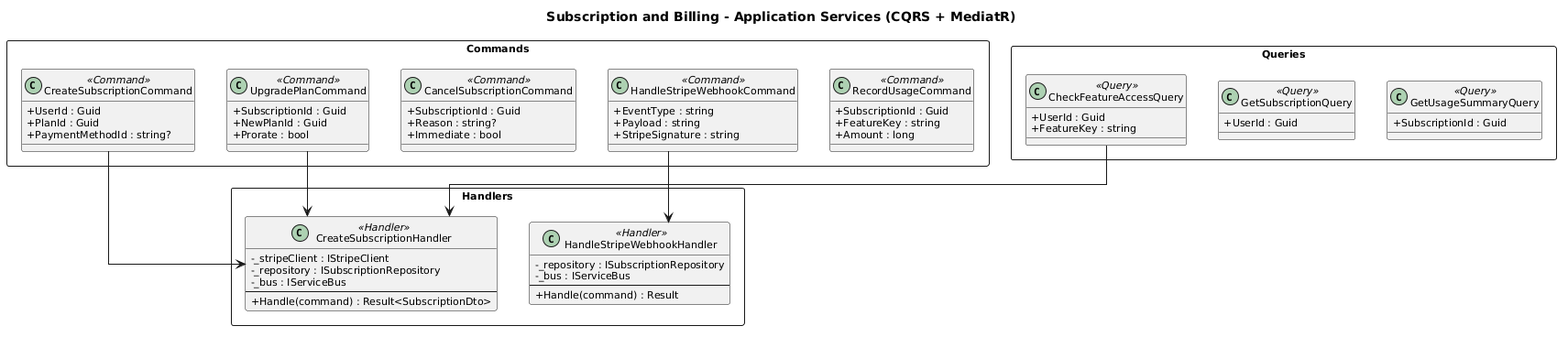
Earlier version of the PlantUML export docs/detailed-design/10-subscription-and-billing/class-application-services.png (QuinntyneBrown/ClearEyeQ). Source of this version:
```plantuml
@startuml
skinparam defaultFontSize 11
skinparam classAttributeIconSize 0
skinparam linetype ortho

title Subscription and Billing - Application Services (CQRS + MediatR)

package "Commands" <<Rectangle>> {

    class CreateSubscriptionCommand <<Command>> {
        + UserId : Guid
        + PlanId : Guid
        + PaymentMethodId : string?
    }

    class UpgradePlanCommand <<Command>> {
        + SubscriptionId : Guid
        + NewPlanId : Guid
        + Prorate : bool
    }

    class CancelSubscriptionCommand <<Command>> {
        + SubscriptionId : Guid
        + Reason : string?
        + Immediate : bool
    }

    class HandleStripeWebhookCommand <<Command>> {
        + EventType : string
        + Payload : string
        + StripeSignature : string
    }

    class RecordUsageCommand <<Command>> {
        + SubscriptionId : Guid
        + FeatureKey : string
        + Amount : long
    }
}

package "Queries" <<Rectangle>> {

    class CheckFeatureAccessQuery <<Query>> {
        + UserId : Guid
        + FeatureKey : string
    }

    class GetSubscriptionQuery <<Query>> {
        + UserId : Guid
    }

    class GetUsageSummaryQuery <<Query>> {
        + SubscriptionId : Guid
    }
}

package "Handlers" <<Rectangle>> {

    class CreateSubscriptionHandler <<Handler>> {
        - _stripeClient : IStripeClient
        - _repository : ISubscriptionRepository
        - _bus : IServiceBus
        --
        + Handle(command) : Result<SubscriptionDto>
    }

    class HandleStripeWebhookHandler <<Handler>> {
        - _repository : ISubscriptionRepository
        - _bus : IServiceBus
        --
        + Handle(command) : Result
    }
}

CreateSubscriptionCommand --> CreateSubscriptionHandler
UpgradePlanCommand --> CreateSubscriptionHandler
HandleStripeWebhookCommand --> HandleStripeWebhookHandler
CheckFeatureAccessQuery --> CreateSubscriptionHandler
@enduml
```
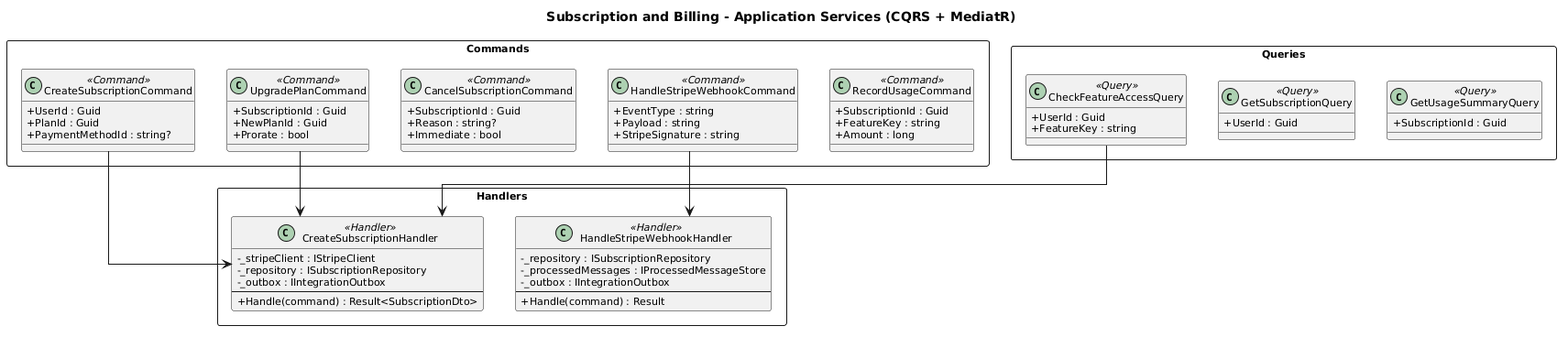
After the change.

Change to the diagram source:
```diff
@@ -59,14 +59,15 @@
     class CreateSubscriptionHandler <<Handler>> {
         - _stripeClient : IStripeClient
         - _repository : ISubscriptionRepository
-        - _bus : IServiceBus
+        - _outbox : IIntegrationOutbox
         --
         + Handle(command) : Result<SubscriptionDto>
     }
 
     class HandleStripeWebhookHandler <<Handler>> {
         - _repository : ISubscriptionRepository
-        - _bus : IServiceBus
+        - _processedMessages : IProcessedMessageStore
+        - _outbox : IIntegrationOutbox
         --
         + Handle(command) : Result
     }
```
